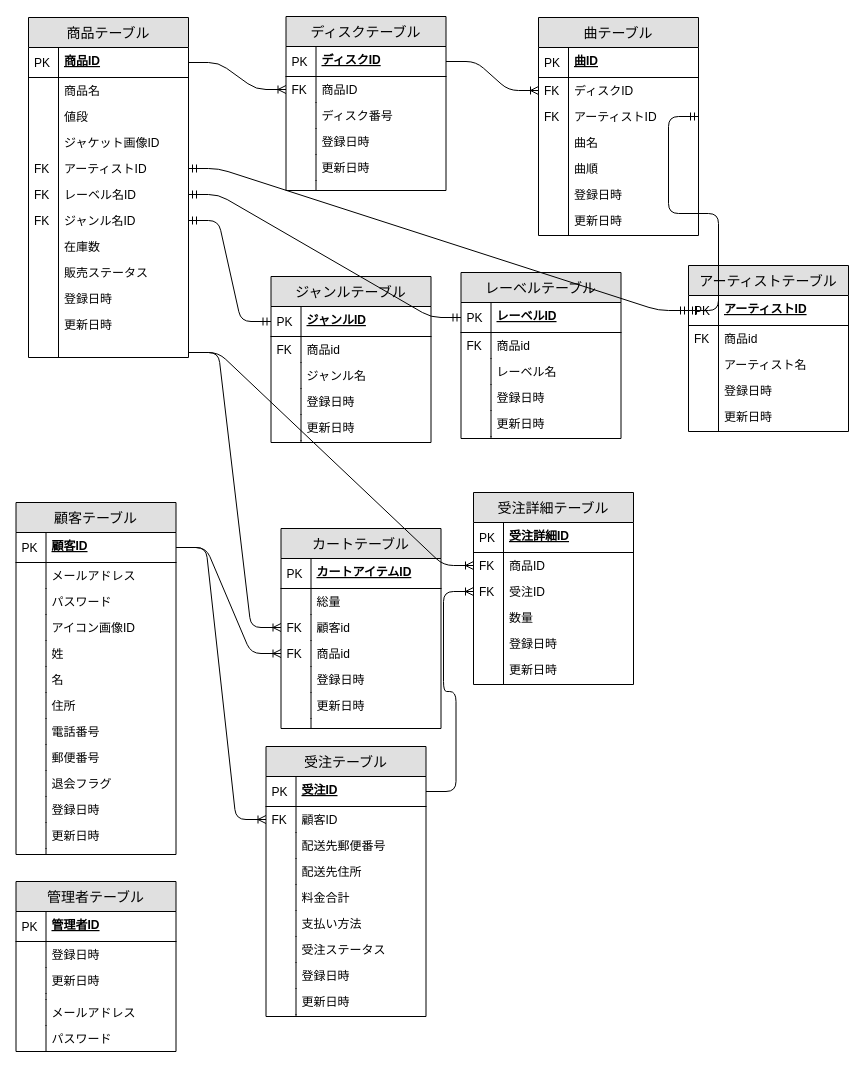
saezurucrow/ec-site keeps this draw.io diagram as Design/ER図.drawio. Above is the earlier version. Source tidied: cells renumbered, new cells numbered last; positions are measured from the earlier drawing's top-left corner, leaving out a move shared by most shapes. Both pictures are drawn from the tidied source at 100%, with x=0, y=0 at pixel (16, 16).
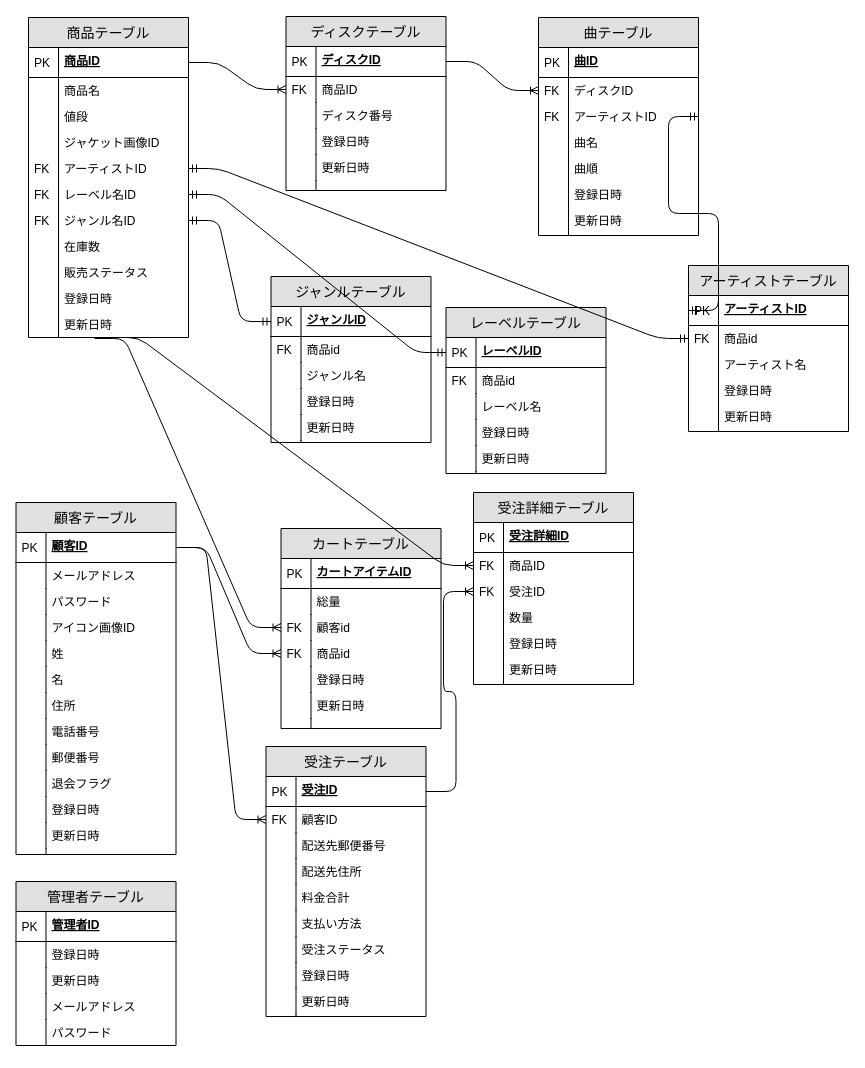
Above is the later version.

Unchanged cells that the change refers to:
```xml
<mxCell id="34" value="顧客id" style="shape=partialRectangle;top=0;left=0;right=0;bottom=0;align=left;verticalAlign=top;fillColor=none;spacingLeft=34;spacingRight=4;overflow=hidden;points=[[0,0.5],[1,0.5]];portConstraint=eastwest;fontSize=12;" parent="29" vertex="1">
  <mxGeometry y="86" width="160" height="26" as="geometry" />
</mxCell>
<mxCell id="66" value="アーティストID&#10;" style="shape=partialRectangle;top=0;left=0;right=0;bottom=1;align=left;verticalAlign=top;fillColor=none;spacingLeft=34;spacingRight=4;overflow=hidden;points=[[0,0.5],[1,0.5]];portConstraint=eastwest;fontStyle=5;fontSize=12;" parent="65" vertex="1">
  <mxGeometry y="30" width="160" height="30" as="geometry" />
</mxCell>
<mxCell id="68" value="商品id" style="shape=partialRectangle;top=0;left=0;right=0;bottom=0;align=left;verticalAlign=top;fillColor=none;spacingLeft=34;spacingRight=4;overflow=hidden;points=[[0,0.5],[1,0.5]];portConstraint=eastwest;fontSize=12;" parent="65" vertex="1">
  <mxGeometry y="60" width="160" height="26" as="geometry" />
</mxCell>
<mxCell id="126" value="アーティストID" style="shape=partialRectangle;top=0;left=0;right=0;bottom=0;align=left;verticalAlign=top;fillColor=none;spacingLeft=34;spacingRight=4;overflow=hidden;points=[[0,0.5],[1,0.5]];portConstraint=eastwest;fontSize=12;" parent="117" vertex="1">
  <mxGeometry y="138" width="160" height="26" as="geometry" />
</mxCell>
<mxCell id="138" value="更新日時" style="shape=partialRectangle;top=0;left=0;right=0;bottom=0;align=left;verticalAlign=top;fillColor=none;spacingLeft=34;spacingRight=4;overflow=hidden;points=[[0,0.5],[1,0.5]];portConstraint=eastwest;fontSize=12;" parent="117" vertex="1">
  <mxGeometry y="294" width="160" height="26" as="geometry" />
</mxCell>
<mxCell id="177" value="商品ID" style="shape=partialRectangle;top=0;left=0;right=0;bottom=0;align=left;verticalAlign=top;fillColor=none;spacingLeft=34;spacingRight=4;overflow=hidden;points=[[0,0.5],[1,0.5]];portConstraint=eastwest;fontSize=12;" parent="174" vertex="1">
  <mxGeometry y="60" width="160" height="26" as="geometry" />
</mxCell>
```

The edit, as a diff of the source:
```diff
@@
     <mxCell id="78" value="レーベルテーブル" style="swimlane;fontStyle=0;horizontal=1;startSize=30;fillColor=#e0e0e0;swimlaneFillColor=#ffffff;align=center;fontSize=14;" parent="1" vertex="1">
-      <mxGeometry x="444.5" y="256" width="160" height="166" as="geometry" />
+      <mxGeometry x="429.5" y="291" width="160" height="166" as="geometry" />
     </mxCell>
@@
     <mxCell id="104" value="管理者テーブル" style="swimlane;fontStyle=0;horizontal=1;startSize=30;fillColor=#e0e0e0;swimlaneFillColor=#ffffff;align=center;fontSize=14;" parent="1" vertex="1">
-      <mxGeometry x="-0.5" y="865" width="160" height="170" as="geometry" />
+      <mxGeometry x="-0.5" y="865" width="160" height="164" as="geometry" />
     </mxCell>
@@
-    <mxCell id="111" style="shape=partialRectangle;top=0;left=0;right=0;bottom=0;align=left;verticalAlign=top;fillColor=none;spacingLeft=34;spacingRight=4;overflow=hidden;fontSize=12;" parent="104" vertex="1">
-      <mxGeometry y="112" width="160" height="6" as="geometry" />
-    </mxCell>
-    <mxCell id="112" style="shape=partialRectangle;top=0;left=0;bottom=0;fillColor=none;align=left;verticalAlign=top;spacingLeft=4;spacingRight=4;overflow=hidden;fontSize=12;" parent="111" vertex="1">
-      <mxGeometry width="30" height="6" as="geometry" />
-    </mxCell>
     <mxCell id="113" value="メールアドレス" style="shape=partialRectangle;top=0;left=0;right=0;bottom=0;align=left;verticalAlign=top;fillColor=none;spacingLeft=34;spacingRight=4;overflow=hidden;fontSize=12;" parent="104" vertex="1">
-      <mxGeometry y="118" width="160" height="26" as="geometry" />
+      <mxGeometry y="112" width="160" height="26" as="geometry" />
     </mxCell>
@@
     <mxCell id="115" value="パスワード" style="shape=partialRectangle;top=0;left=0;right=0;bottom=0;align=left;verticalAlign=top;fillColor=none;spacingLeft=34;spacingRight=4;overflow=hidden;fontSize=12;" parent="104" vertex="1">
-      <mxGeometry y="144" width="160" height="26" as="geometry" />
+      <mxGeometry y="138" width="160" height="26" as="geometry" />
     </mxCell>
@@
     <mxCell id="117" value="商品テーブル" style="swimlane;fontStyle=0;horizontal=1;startSize=30;fillColor=#e0e0e0;swimlaneFillColor=#ffffff;align=center;fontSize=14;" parent="1" vertex="1">
-      <mxGeometry x="12" y="1" width="160" height="340" as="geometry" />
+      <mxGeometry x="12" y="1" width="160" height="320" as="geometry" />
     </mxCell>
@@
-    <mxCell id="140" style="shape=partialRectangle;top=0;left=0;right=0;bottom=0;align=left;verticalAlign=top;fillColor=none;spacingLeft=34;spacingRight=4;overflow=hidden;fontSize=12;" parent="117" vertex="1">
-      <mxGeometry y="320" width="160" height="10" as="geometry" />
-    </mxCell>
-    <mxCell id="141" style="shape=partialRectangle;top=0;left=0;bottom=0;fillColor=none;align=left;verticalAlign=top;spacingLeft=4;spacingRight=4;overflow=hidden;fontSize=12;" parent="140" vertex="1">
-      <mxGeometry width="30" height="10" as="geometry" />
-    </mxCell>
-    <mxCell id="142" style="shape=partialRectangle;top=0;left=0;right=0;bottom=0;align=left;verticalAlign=top;fillColor=none;spacingLeft=34;spacingRight=4;overflow=hidden;points=[[0,0.5],[1,0.5]];portConstraint=eastwest;fontSize=12;" parent="117" vertex="1">
-      <mxGeometry y="330" width="160" height="10" as="geometry" />
-    </mxCell>
-    <mxCell id="143" style="shape=partialRectangle;top=0;left=0;bottom=0;fillColor=none;align=left;verticalAlign=top;spacingLeft=4;spacingRight=4;overflow=hidden;fontSize=12;" parent="142" vertex="1">
-      <mxGeometry width="30" height="10" as="geometry" />
-    </mxCell>
@@
-    <mxCell id="193" style="edgeStyle=entityRelationEdgeStyle;fontSize=12;html=1;endArrow=ERoneToMany;entryX=0;entryY=0.5;entryDx=0;entryDy=0;exitX=1;exitY=0.5;exitDx=0;exitDy=0;" parent="1" edge="1" source="142" target="177">
-      <mxGeometry relative="1" as="geometry" />
+    <mxCell id="193" style="edgeStyle=entityRelationEdgeStyle;fontSize=12;html=1;endArrow=ERoneToMany;entryX=0;entryY=0.5;entryDx=0;entryDy=0;" parent="1" edge="1" target="177">
+      <mxGeometry relative="1" as="geometry">
+        <mxPoint x="92" y="321" as="sourcePoint" />
+      </mxGeometry>
     </mxCell>
@@
-    <mxCell id="195" style="edgeStyle=entityRelationEdgeStyle;fontSize=12;html=1;endArrow=ERmandOne;startArrow=ERmandOne;exitX=1;exitY=0.5;exitDx=0;exitDy=0;entryX=0;entryY=0.5;entryDx=0;entryDy=0;" parent="1" edge="1" source="126" target="66">
+    <mxCell id="195" style="edgeStyle=entityRelationEdgeStyle;fontSize=12;html=1;endArrow=ERmandOne;startArrow=ERmandOne;exitX=1;exitY=0.5;exitDx=0;exitDy=0;entryX=0;entryY=0.5;entryDx=0;entryDy=0;" parent="1" edge="1" source="126" target="68">
       <mxGeometry relative="1" as="geometry" />
     </mxCell>
@@
-    <mxCell id="199" style="edgeStyle=entityRelationEdgeStyle;fontSize=12;html=1;endArrow=ERoneToMany;entryX=0;entryY=0.5;entryDx=0;entryDy=0;exitX=1;exitY=0.5;exitDx=0;exitDy=0;" parent="1" edge="1" source="142" target="34">
+    <mxCell id="199" style="edgeStyle=entityRelationEdgeStyle;fontSize=12;html=1;endArrow=ERoneToMany;entryX=0;entryY=0.5;entryDx=0;entryDy=0;exitX=0.413;exitY=1.038;exitDx=0;exitDy=0;exitPerimeter=0;" parent="1" edge="1" source="138" target="34">
       <mxGeometry relative="1" as="geometry" />
     </mxCell>
```
